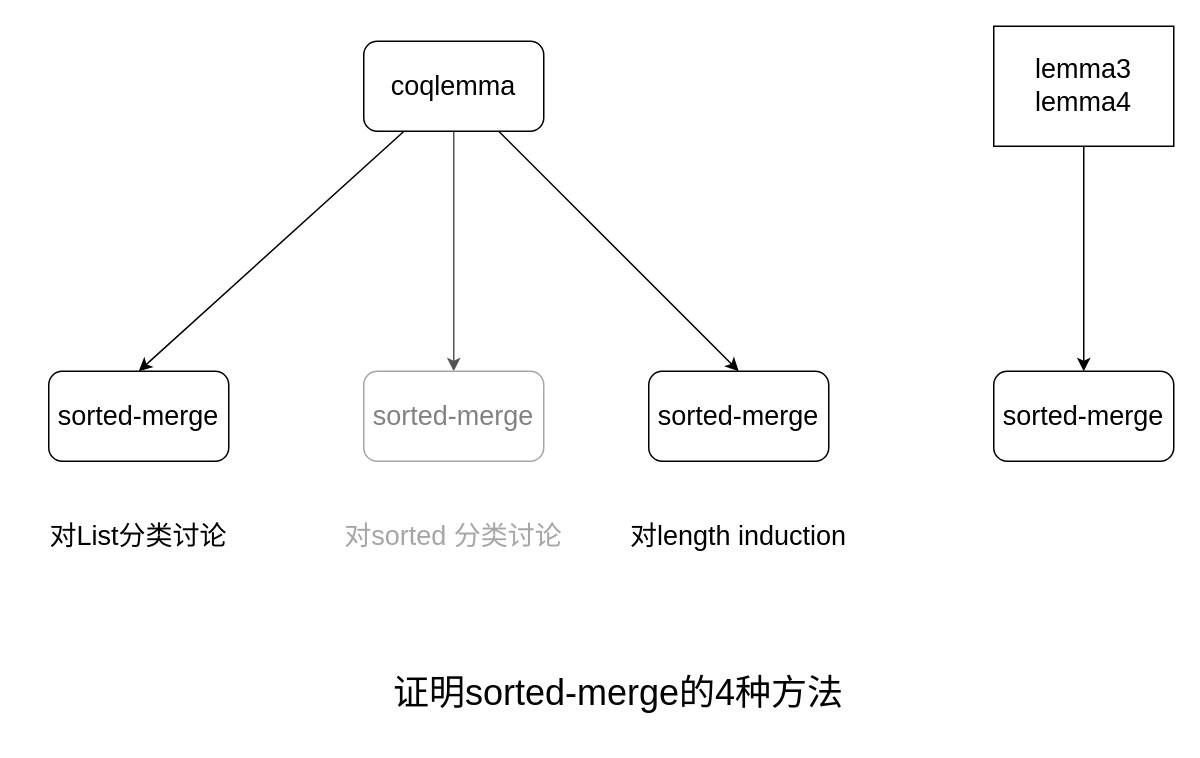
lengyijun/MergeSort keeps this draw.io diagram as slide/sorted-merge.drawio. Above is the earlier version. Source tidied: cells renumbered, new cells numbered last; positions are measured from the earlier drawing's top-left corner, leaving out a move shared by most shapes. Both pictures are drawn from the tidied source at 150%, with x=0, y=0 at pixel (26, 26).
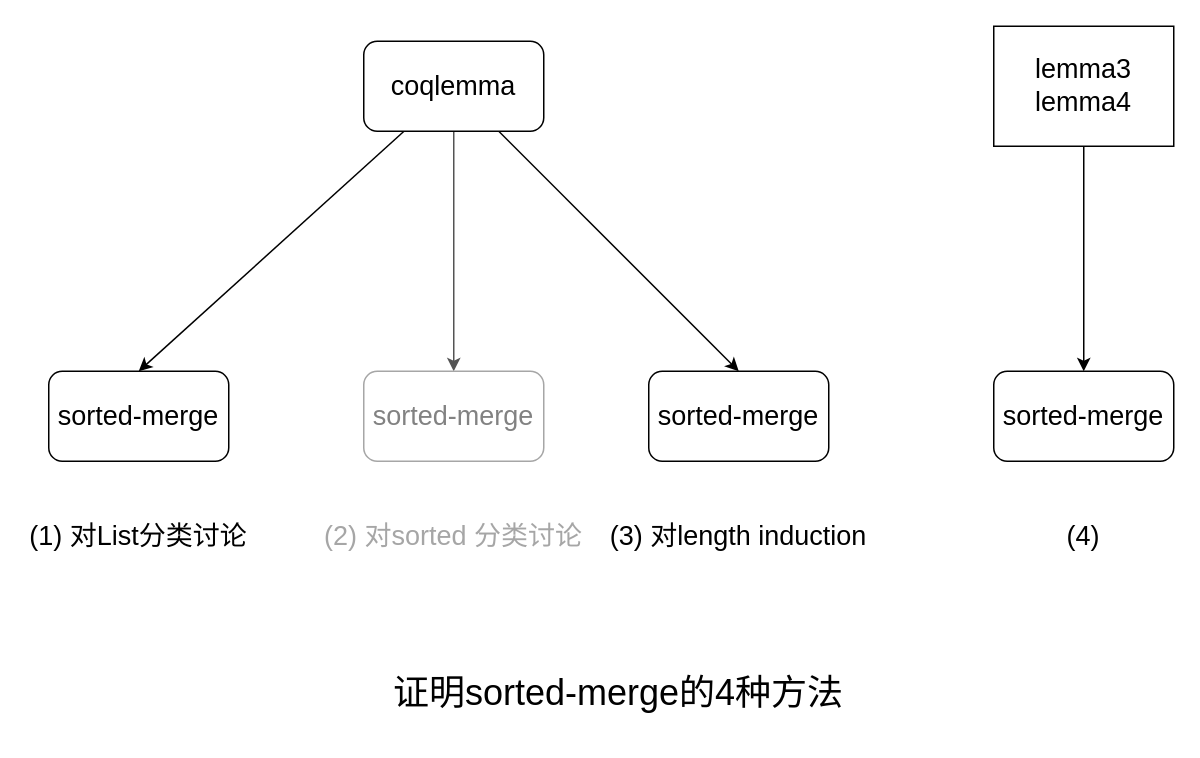
The same diagram, later.

Diff of the diagram source:
```diff
@@
 <mxGraphModel>
   <root>
     <mxCell id="0" />
     <mxCell id="1" parent="0" />
     <mxCell id="2" style="rounded=0;jettySize=auto;html=1;entryX=0.5;entryY=0;entryDx=0;entryDy=0;fontSize=18;" parent="1" edge="1" source="5" target="6">
       <mxGeometry relative="1" as="geometry" />
     </mxCell>
     <mxCell id="3" style="edgeStyle=none;rounded=0;jettySize=auto;html=1;entryX=0.5;entryY=0;entryDx=0;entryDy=0;fontSize=18;fontColor=#949494;strokeColor=#545454;" parent="1" edge="1" source="5" target="7">
       <mxGeometry relative="1" as="geometry" />
     </mxCell>
     <mxCell id="4" style="edgeStyle=none;rounded=0;jettySize=auto;html=1;entryX=0.5;entryY=0;entryDx=0;entryDy=0;fontSize=18;" parent="1" edge="1" source="5" target="8">
       <mxGeometry relative="1" as="geometry" />
     </mxCell>
     <mxCell id="5" value="coqlemma" style="rounded=1;whiteSpace=wrap;html=1;fontSize=18;" parent="1" vertex="1">
       <mxGeometry x="225" y="10" width="120" height="60" as="geometry" />
     </mxCell>
     <mxCell id="6" value="sorted-merge" style="rounded=1;whiteSpace=wrap;html=1;fontSize=18;" parent="1" vertex="1">
       <mxGeometry x="15" y="230" width="120" height="60" as="geometry" />
     </mxCell>
     <mxCell id="7" value="sorted-merge" style="rounded=1;whiteSpace=wrap;html=1;fontSize=18;strokeColor=#A6A6A6;fontColor=#828282;" parent="1" vertex="1">
       <mxGeometry x="225" y="230" width="120" height="60" as="geometry" />
     </mxCell>
     <mxCell id="8" value="sorted-merge" style="rounded=1;whiteSpace=wrap;html=1;fontSize=18;" parent="1" vertex="1">
       <mxGeometry x="415" y="230" width="120" height="60" as="geometry" />
     </mxCell>
     <mxCell id="9" value="sorted-merge" style="rounded=1;whiteSpace=wrap;html=1;fontSize=18;" parent="1" vertex="1">
       <mxGeometry x="645" y="230" width="120" height="60" as="geometry" />
     </mxCell>
     <mxCell id="10" style="edgeStyle=none;rounded=0;jettySize=auto;html=1;fontSize=18;" parent="1" edge="1" source="11" target="9">
       <mxGeometry relative="1" as="geometry" />
     </mxCell>
     <mxCell id="11" value="lemma3&lt;br&gt;lemma4" style="rounded=0;whiteSpace=wrap;html=1;fontSize=18;" parent="1" vertex="1">
       <mxGeometry x="645" width="120" height="80" as="geometry" />
     </mxCell>
-    <mxCell id="12" value="对length induction" style="text;html=1;strokeColor=none;fillColor=none;align=center;verticalAlign=middle;whiteSpace=wrap;rounded=0;fontSize=18;" parent="1" vertex="1">
+    <mxCell id="12" value="(3) 对length induction" style="text;html=1;strokeColor=none;fillColor=none;align=center;verticalAlign=middle;whiteSpace=wrap;rounded=0;fontSize=18;" parent="1" vertex="1">
       <mxGeometry x="385" y="310" width="180" height="60" as="geometry" />
     </mxCell>
-    <mxCell id="13" value="对sorted 分类讨论" style="text;html=1;strokeColor=none;fillColor=none;align=center;verticalAlign=middle;whiteSpace=wrap;rounded=0;fontSize=18;fontColor=#A6A6A6;" parent="1" vertex="1">
-      <mxGeometry x="205" y="317.5" width="160" height="45" as="geometry" />
+    <mxCell id="13" value="(2) 对sorted 分类讨论" style="text;html=1;strokeColor=none;fillColor=none;align=center;verticalAlign=middle;whiteSpace=wrap;rounded=0;fontSize=18;fontColor=#A6A6A6;" parent="1" vertex="1">
+      <mxGeometry x="195" y="317.5" width="180" height="45" as="geometry" />
     </mxCell>
-    <mxCell id="14" value="对List分类讨论" style="text;html=1;strokeColor=none;fillColor=none;align=center;verticalAlign=middle;whiteSpace=wrap;rounded=0;fontSize=18;" parent="1" vertex="1">
+    <mxCell id="14" value="(1) 对List分类讨论" style="text;html=1;strokeColor=none;fillColor=none;align=center;verticalAlign=middle;whiteSpace=wrap;rounded=0;fontSize=18;" parent="1" vertex="1">
       <mxGeometry y="332.5" width="150" height="15" as="geometry" />
     </mxCell>
     <mxCell id="15" value="证明sorted-merge的4种方法" style="text;html=1;strokeColor=none;fillColor=none;align=center;verticalAlign=middle;whiteSpace=wrap;rounded=0;fontSize=24;fontColor=#000000;" parent="1" vertex="1">
       <mxGeometry x="225" y="420" width="340" height="50" as="geometry" />
     </mxCell>
+    <mxCell id="16" value="(4)" style="text;html=1;strokeColor=none;fillColor=none;align=center;verticalAlign=middle;whiteSpace=wrap;rounded=0;fontSize=18;" parent="1" vertex="1">
+      <mxGeometry x="675" y="325" width="60" height="30" as="geometry" />
+    </mxCell>
   </root>
 </mxGraphModel>
```
